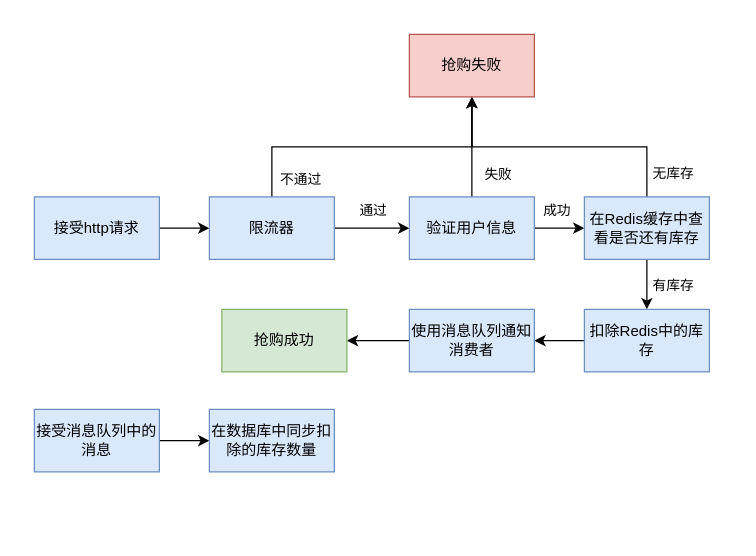
Earlier version of the draw.io diagram 请求的处理流程.drawio (z-qqqqq/diagrams). Source tidied: cells renumbered, new cells numbered last; positions are measured from the earlier drawing's top-left corner, leaving out a move shared by most shapes. Both pictures are drawn from the tidied source at 125%, with x=0, y=0 at pixel (34, 34).
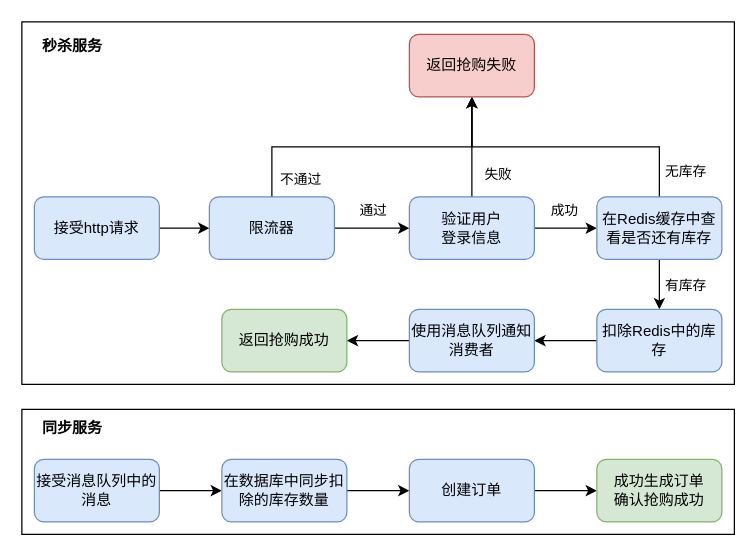
After the change.

Commit message:
Update 请求的处理流程.drawio

Diff of the diagram source:
```diff
@@
+    <mxCell id="28" style="rounded=0;whiteSpace=wrap;html=1;fillColor=none;" parent="1" vertex="1">
+      <mxGeometry x="-10" y="300" width="570" height="100" as="geometry" />
+    </mxCell>
+    <mxCell id="29" style="rounded=0;whiteSpace=wrap;html=1;fillColor=none;" parent="1" vertex="1">
+      <mxGeometry x="-10" y="-10" width="570" height="290" as="geometry" />
+    </mxCell>
@@
-    <mxCell id="3" value="接受http请求" style="rounded=0;whiteSpace=wrap;html=1;fillColor=#dae8fc;strokeColor=#6c8ebf;" parent="1" vertex="1">
+    <mxCell id="3" value="接受http请求" style="rounded=1;whiteSpace=wrap;html=1;fillColor=#dae8fc;strokeColor=#6c8ebf;" parent="1" vertex="1">
       <mxGeometry y="130" width="100" height="50" as="geometry" />
     </mxCell>
@@
-    <mxCell id="8" value="限流器" style="rounded=0;whiteSpace=wrap;html=1;fillColor=#dae8fc;strokeColor=#6c8ebf;" parent="1" vertex="1">
+    <mxCell id="8" value="限流器" style="rounded=1;whiteSpace=wrap;html=1;fillColor=#dae8fc;strokeColor=#6c8ebf;" parent="1" vertex="1">
       <mxGeometry x="140" y="130" width="100" height="50" as="geometry" />
     </mxCell>
@@
-    <mxCell id="13" value="验证用户信息" style="rounded=0;whiteSpace=wrap;html=1;fillColor=#dae8fc;strokeColor=#6c8ebf;" parent="1" vertex="1">
+    <mxCell id="13" value="验证用户&lt;br&gt;登录信息" style="rounded=1;whiteSpace=wrap;html=1;fillColor=#dae8fc;strokeColor=#6c8ebf;" parent="1" vertex="1">
       <mxGeometry x="300" y="130" width="100" height="50" as="geometry" />
     </mxCell>
@@
-    <mxCell id="18" value="在Redis缓存中查看是否还有库存" style="rounded=0;whiteSpace=wrap;html=1;fillColor=#dae8fc;strokeColor=#6c8ebf;" parent="1" vertex="1">
-      <mxGeometry x="440" y="130" width="100" height="50" as="geometry" />
+    <mxCell id="18" value="在Redis缓存中查看是否还有库存" style="rounded=1;whiteSpace=wrap;html=1;fillColor=#dae8fc;strokeColor=#6c8ebf;" parent="1" vertex="1">
+      <mxGeometry x="450" y="130" width="100" height="50" as="geometry" />
     </mxCell>
@@
-    <mxCell id="20" value="扣除Redis中的库存" style="rounded=0;whiteSpace=wrap;html=1;fillColor=#dae8fc;strokeColor=#6c8ebf;" parent="1" vertex="1">
-      <mxGeometry x="440" y="220" width="100" height="50" as="geometry" />
+    <mxCell id="20" value="扣除Redis中的库存" style="rounded=1;whiteSpace=wrap;html=1;fillColor=#dae8fc;strokeColor=#6c8ebf;" parent="1" vertex="1">
+      <mxGeometry x="450" y="220" width="100" height="50" as="geometry" />
     </mxCell>
-    <mxCell id="21" value="抢购失败" style="rounded=0;whiteSpace=wrap;html=1;fillColor=#f8cecc;strokeColor=#b85450;" parent="1" vertex="1">
+    <mxCell id="21" value="返回抢购失败" style="rounded=1;whiteSpace=wrap;html=1;fillColor=#f8cecc;strokeColor=#b85450;" parent="1" vertex="1">
       <mxGeometry x="300" width="100" height="50" as="geometry" />
     </mxCell>
@@
-    <mxCell id="23" value="使用消息队列通知消费者" style="rounded=0;whiteSpace=wrap;html=1;fillColor=#dae8fc;strokeColor=#6c8ebf;" parent="1" vertex="1">
+    <mxCell id="23" value="使用消息队列通知消费者" style="rounded=1;whiteSpace=wrap;html=1;fillColor=#dae8fc;strokeColor=#6c8ebf;" parent="1" vertex="1">
       <mxGeometry x="300" y="220" width="100" height="50" as="geometry" />
     </mxCell>
@@
-    <mxCell id="25" value="接受消息队列中的消息" style="rounded=0;whiteSpace=wrap;html=1;fillColor=#dae8fc;strokeColor=#6c8ebf;" parent="1" vertex="1">
-      <mxGeometry y="300" width="100" height="50" as="geometry" />
+    <mxCell id="25" value="接受消息队列中的消息" style="rounded=1;whiteSpace=wrap;html=1;fillColor=#dae8fc;strokeColor=#6c8ebf;" parent="1" vertex="1">
+      <mxGeometry y="340" width="100" height="50" as="geometry" />
     </mxCell>
+    <mxCell id="30" style="edgeStyle=orthogonalEdgeStyle;rounded=0;jettySize=auto;html=1;" parent="1" edge="1" source="26" target="32">
+      <mxGeometry relative="1" as="geometry" />
+    </mxCell>
-    <mxCell id="26" value="在数据库中同步扣除的库存数量" style="rounded=0;whiteSpace=wrap;html=1;fillColor=#dae8fc;strokeColor=#6c8ebf;" parent="1" vertex="1">
-      <mxGeometry x="140" y="300" width="100" height="50" as="geometry" />
+    <mxCell id="26" value="在数据库中同步扣除的库存数量" style="rounded=1;whiteSpace=wrap;html=1;fillColor=#dae8fc;strokeColor=#6c8ebf;" parent="1" vertex="1">
+      <mxGeometry x="150" y="340" width="100" height="50" as="geometry" />
     </mxCell>
-    <mxCell id="27" value="抢购成功" style="rounded=0;whiteSpace=wrap;html=1;fillColor=#d5e8d4;strokeColor=#82b366;" parent="1" vertex="1">
+    <mxCell id="27" value="返回抢购成功" style="rounded=1;whiteSpace=wrap;html=1;fillColor=#d5e8d4;strokeColor=#82b366;" parent="1" vertex="1">
       <mxGeometry x="150" y="220" width="100" height="50" as="geometry" />
     </mxCell>
+    <mxCell id="31" style="edgeStyle=orthogonalEdgeStyle;rounded=0;jettySize=auto;html=1;entryX=0;entryY=0.5;entryDx=0;entryDy=0;" parent="1" edge="1" source="32" target="33">
+      <mxGeometry relative="1" as="geometry" />
+    </mxCell>
+    <mxCell id="32" value="创建订单" style="rounded=1;whiteSpace=wrap;html=1;fillColor=#dae8fc;strokeColor=#6c8ebf;" parent="1" vertex="1">
+      <mxGeometry x="300" y="340" width="100" height="50" as="geometry" />
+    </mxCell>
+    <mxCell id="33" value="成功生成订单&lt;br&gt;确认抢购成功" style="rounded=1;whiteSpace=wrap;html=1;fillColor=#d5e8d4;strokeColor=#82b366;" parent="1" vertex="1">
+      <mxGeometry x="450" y="340" width="100" height="50" as="geometry" />
+    </mxCell>
+    <mxCell id="34" value="秒杀服务" style="text;html=1;align=center;verticalAlign=middle;fillColor=none;strokeColor=none;rounded=0;fontStyle=1;" parent="1" vertex="1">
+      <mxGeometry width="60" height="20" as="geometry" />
+    </mxCell>
+    <mxCell id="35" value="同步服务" style="text;html=1;align=center;verticalAlign=middle;fillColor=none;strokeColor=none;rounded=0;fontStyle=1;" parent="1" vertex="1">
+      <mxGeometry y="305" width="60" height="20" as="geometry" />
+    </mxCell>
```
